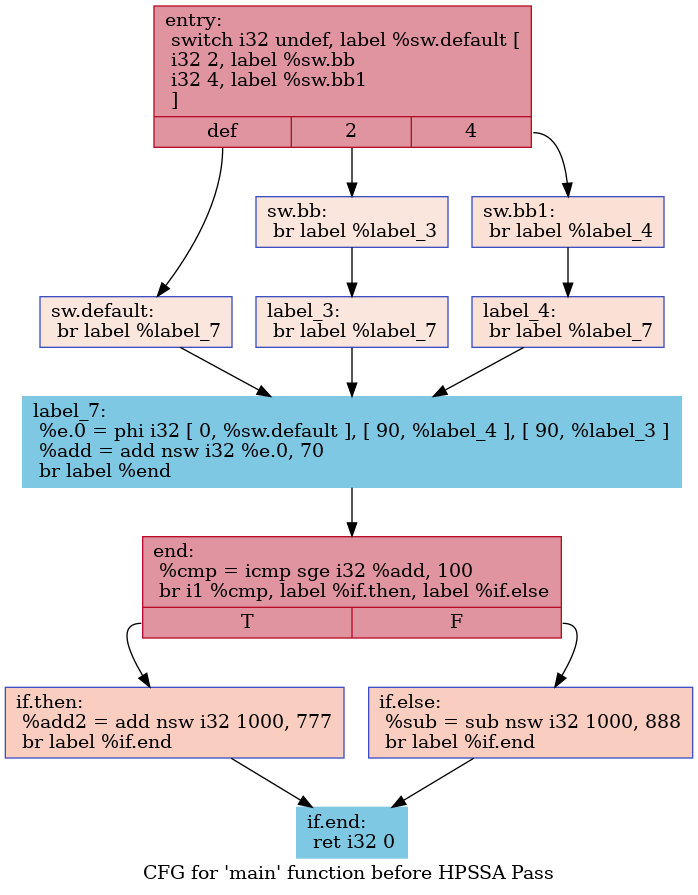
This is IR/cfg/baseline.dot.png from HPSSA-LLVM/HPSSA-LLVM, a Graphviz export, as it was before one commit. Its source is kept beside it as IR/cfg/baseline.dot.
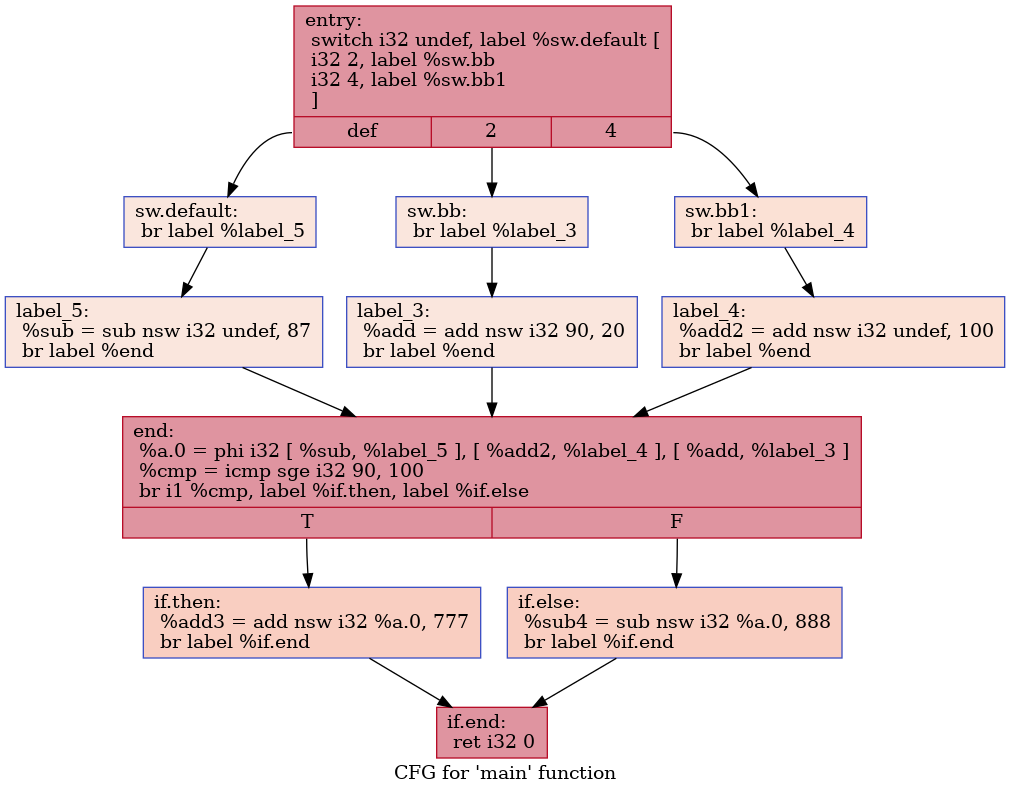
The same file after the commit.

What changed in the source:
```diff
@@ -1,28 +1,28 @@
 digraph "CFG for 'main' function" {
-	label="CFG for 'main' function before HPSSA Pass";
+	label="CFG for 'main' function";
 
-	Node0x55b8d5860770 [shape=record,color="#b70d28ff", style=filled, fillcolor="#b70d2870",label="{entry:\l  switch i32 undef, label %sw.default [\l    i32 2, label %sw.bb\l    i32 4, label %sw.bb1\l  ]\l|{<s0>def|<s1>2|<s2>4}}"];
-	Node0x55b8d5860770:s0 -> Node0x55b8d5860cd0;
-	Node0x55b8d5860770:s1 -> Node0x55b8d5860d50;
-	Node0x55b8d5860770:s2 -> Node0x55b8d5860df0;
-	Node0x55b8d5860d50 [shape=record,color="#3d50c3ff", style=filled, fillcolor="#f3c7b170",label="{sw.bb:                                            \l  br label %label_3\l}"];
-	Node0x55b8d5860d50 -> Node0x55b8d5860f80;
-	Node0x55b8d5860df0 [shape=record,color="#3d50c3ff", style=filled, fillcolor="#f7bca170",label="{sw.bb1:                                           \l  br label %label_4\l}"];
-	Node0x55b8d5860df0 -> Node0x55b8d5861060;
-	Node0x55b8d5860cd0 [shape=record,color="#3d50c3ff", style=filled, fillcolor="#f3c7b170",label="{sw.default:                                       \l  br label %label_7\l}"];
-	Node0x55b8d5860cd0 -> Node0x55b8d5861140;
-	Node0x55b8d5860f80 [shape=record,color="#3d50c3ff", style=filled, fillcolor="#f3c7b170",label="{label_3:                                          \l  br label %label_7\l}"];
-	Node0x55b8d5860f80 -> Node0x55b8d5861140;
-	Node0x55b8d5861060 [shape=record,color="#3d50c3ff", style=filled, fillcolor="#f7bca170",label="{label_4:                                          \l  br label %label_7\l}"];
-	Node0x55b8d5861060 -> Node0x55b8d5861140;
-	Node0x55b8d5861140 [shape=record,color="#7EC8E3", style=filled, fillcolor="#7EC8E3",label="{label_7:                                          \l  %e.0 = phi i32 [ 0, %sw.default ], [ 90, %label_4 ], [ 90, %label_3 ]\l  %add = add nsw i32 %e.0, 70\l  br label %end\l}"];
-	Node0x55b8d5861140 -> Node0x55b8d5861500;
-	Node0x55b8d5861500 [shape=record,color="#b70d28ff", style=filled, fillcolor="#b70d2870",label="{end:                                              \l  %cmp = icmp sge i32 %add, 100\l  br i1 %cmp, label %if.then, label %if.else\l|{<s0>T|<s1>F}}"];
-	Node0x55b8d5861500:s0 -> Node0x55b8d58616c0;
-	Node0x55b8d5861500:s1 -> Node0x55b8d5861730;
-	Node0x55b8d58616c0 [shape=record,color="#3d50c3ff", style=filled, fillcolor="#f2907270",label="{if.then:                                          \l  %add2 = add nsw i32 1000, 777\l  br label %if.end\l}"];
-	Node0x55b8d58616c0 -> Node0x55b8d5861b00;
-	Node0x55b8d5861730 [shape=record,color="#3d50c3ff", style=filled, fillcolor="#f2907270",label="{if.else:                                          \l  %sub = sub nsw i32 1000, 888\l  br label %if.end\l}"];
-	Node0x55b8d5861730 -> Node0x55b8d5861b00;
-	Node0x55b8d5861b00 [shape=record,color="#7EC8E3", style=filled, fillcolor="#7EC8E3",label="{if.end:                                           \l  ret i32 0\l}"];
+	Node0x55af77f527b0 [shape=record,color="#b70d28ff", style=filled, fillcolor="#b70d2870",label="{entry:\l  switch i32 undef, label %sw.default [\l    i32 2, label %sw.bb\l    i32 4, label %sw.bb1\l  ]\l|{<s0>def|<s1>2|<s2>4}}"];
+	Node0x55af77f527b0:s0 -> Node0x55af77f52d10;
+	Node0x55af77f527b0:s1 -> Node0x55af77f52d90;
+	Node0x55af77f527b0:s2 -> Node0x55af77f52e30;
+	Node0x55af77f52d90 [shape=record,color="#3d50c3ff", style=filled, fillcolor="#f3c7b170",label="{sw.bb:                                            \l  br label %label_3\l}"];
+	Node0x55af77f52d90 -> Node0x55af77f52fc0;
+	Node0x55af77f52e30 [shape=record,color="#3d50c3ff", style=filled, fillcolor="#f7bca170",label="{sw.bb1:                                           \l  br label %label_4\l}"];
+	Node0x55af77f52e30 -> Node0x55af77f530a0;
+	Node0x55af77f52d10 [shape=record,color="#3d50c3ff", style=filled, fillcolor="#f3c7b170",label="{sw.default:                                       \l  br label %label_5\l}"];
+	Node0x55af77f52d10 -> Node0x55af77f53180;
+	Node0x55af77f52fc0 [shape=record,color="#3d50c3ff", style=filled, fillcolor="#f3c7b170",label="{label_3:                                          \l  %add = add nsw i32 90, 20\l  br label %end\l}"];
+	Node0x55af77f52fc0 -> Node0x55af77f53370;
+	Node0x55af77f530a0 [shape=record,color="#3d50c3ff", style=filled, fillcolor="#f7bca170",label="{label_4:                                          \l  %add2 = add nsw i32 undef, 100\l  br label %end\l}"];
+	Node0x55af77f530a0 -> Node0x55af77f53370;
+	Node0x55af77f53180 [shape=record,color="#3d50c3ff", style=filled, fillcolor="#f3c7b170",label="{label_5:                                          \l  %sub = sub nsw i32 undef, 87\l  br label %end\l}"];
+	Node0x55af77f53180 -> Node0x55af77f53370;
+	Node0x55af77f53370 [shape=record,color="#b70d28ff", style=filled, fillcolor="#b70d2870",label="{end:                                              \l  %a.0 = phi i32 [ %sub, %label_5 ], [ %add2, %label_4 ], [ %add, %label_3 ]\l  %cmp = icmp sge i32 90, 100\l  br i1 %cmp, label %if.then, label %if.else\l|{<s0>T|<s1>F}}"];
+	Node0x55af77f53370:s0 -> Node0x55af77f53a30;
+	Node0x55af77f53370:s1 -> Node0x55af77f53aa0;
+	Node0x55af77f53a30 [shape=record,color="#3d50c3ff", style=filled, fillcolor="#f2907270",label="{if.then:                                          \l  %add3 = add nsw i32 %a.0, 777\l  br label %if.end\l}"];
+	Node0x55af77f53a30 -> Node0x55af77f53ca0;
+	Node0x55af77f53aa0 [shape=record,color="#3d50c3ff", style=filled, fillcolor="#f2907270",label="{if.else:                                          \l  %sub4 = sub nsw i32 %a.0, 888\l  br label %if.end\l}"];
+	Node0x55af77f53aa0 -> Node0x55af77f53ca0;
+	Node0x55af77f53ca0 [shape=record,color="#b70d28ff", style=filled, fillcolor="#b70d2870",label="{if.end:                                           \l  ret i32 0\l}"];
 }
```
